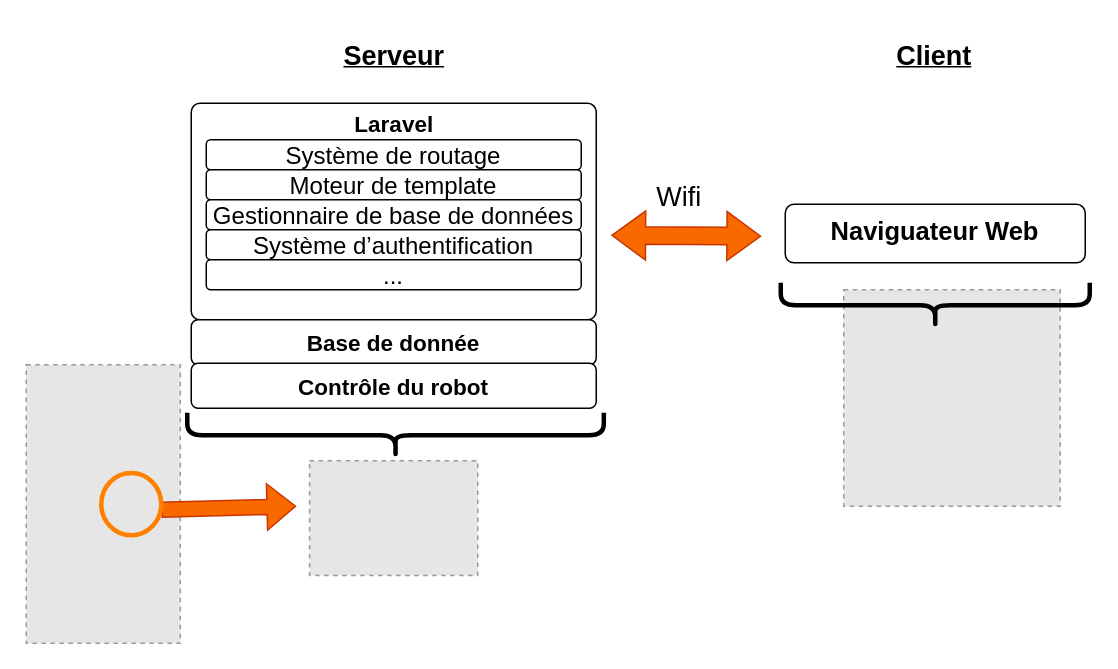
Earlier version of the draw.io diagram page "Robot/Ordinateur" (2 of 4) of Schémas.drawio (RobotechNancy/interface_maintenance). Source tidied: cells renumbered, new cells numbered last; positions are measured from the earlier drawing's top-left corner, leaving out a move shared by most shapes. Both pictures are drawn from the tidied source at 150%, with x=0, y=0 at pixel (26, 26). Pictures stored in the file or linked from it are replaced by grey dashed boxes.
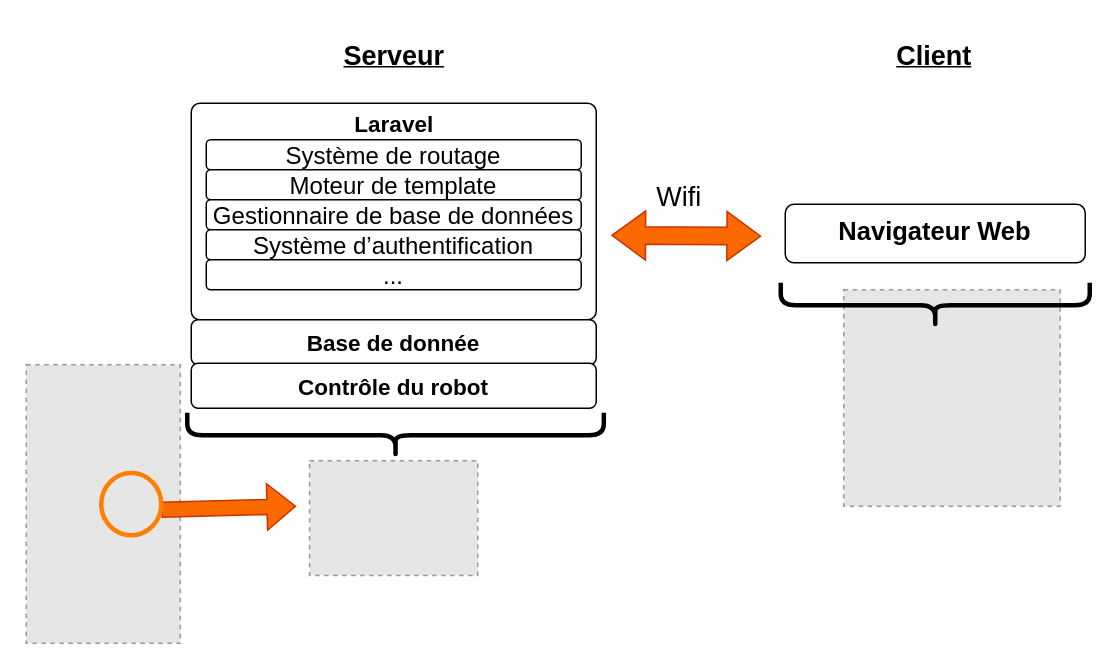
After the change.

What changed in the source:
```diff
@@
-    <mxCell id="17" value="Naviguateur Web" style="rounded=1;whiteSpace=wrap;html=1;strokeWidth=1;fontSize=17;fontStyle=1;" parent="1" vertex="1">
+    <mxCell id="17" value="Navigateur Web" style="rounded=1;whiteSpace=wrap;html=1;strokeWidth=1;fontSize=17;fontStyle=1;" parent="1" vertex="1">
       <mxGeometry x="506" y="118.7" width="200" height="39" as="geometry" />
     </mxCell>
```
